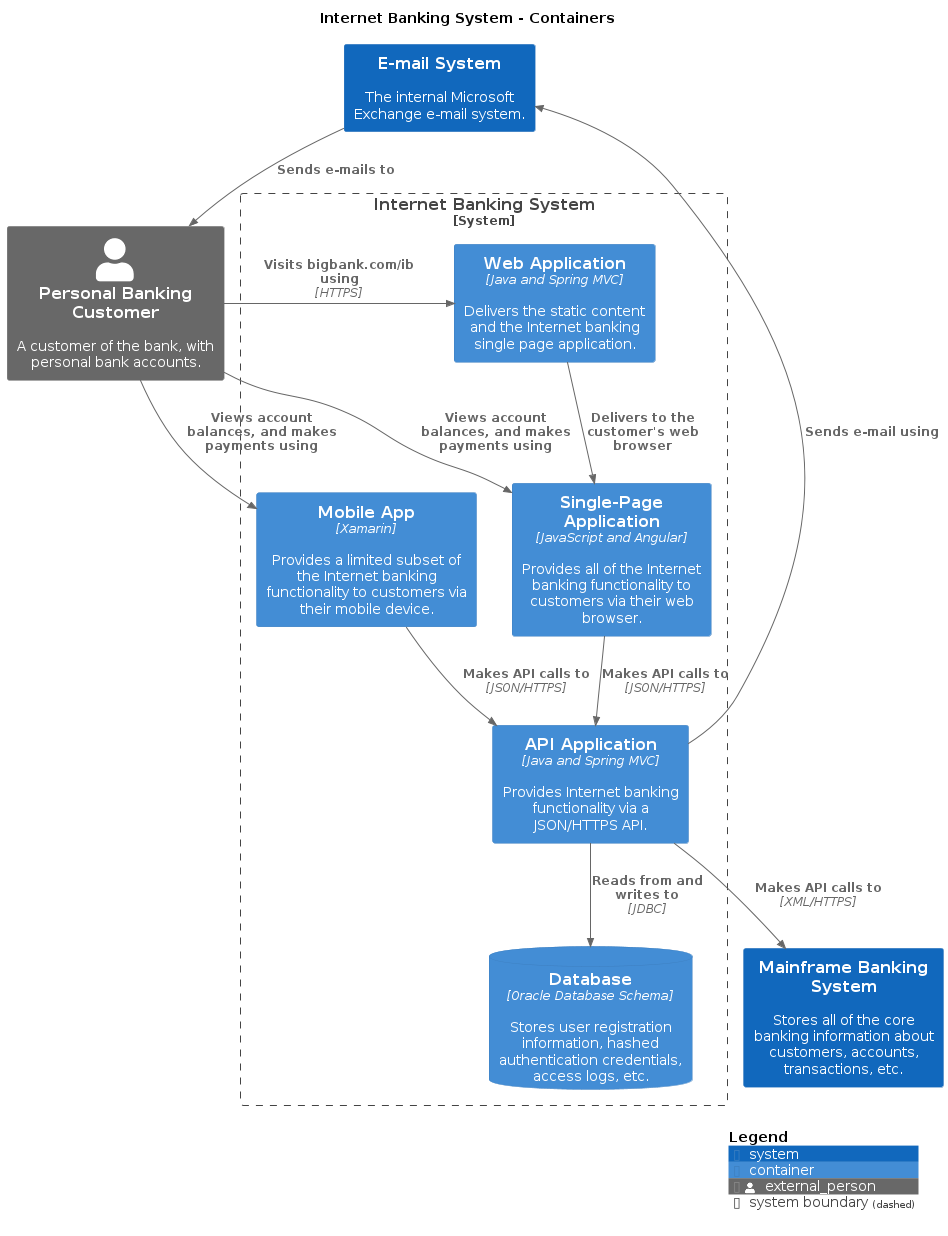
Above: main/png/Containers.png in avisi-cloud/structurizr-site-generatr (PlantUML), before the change.
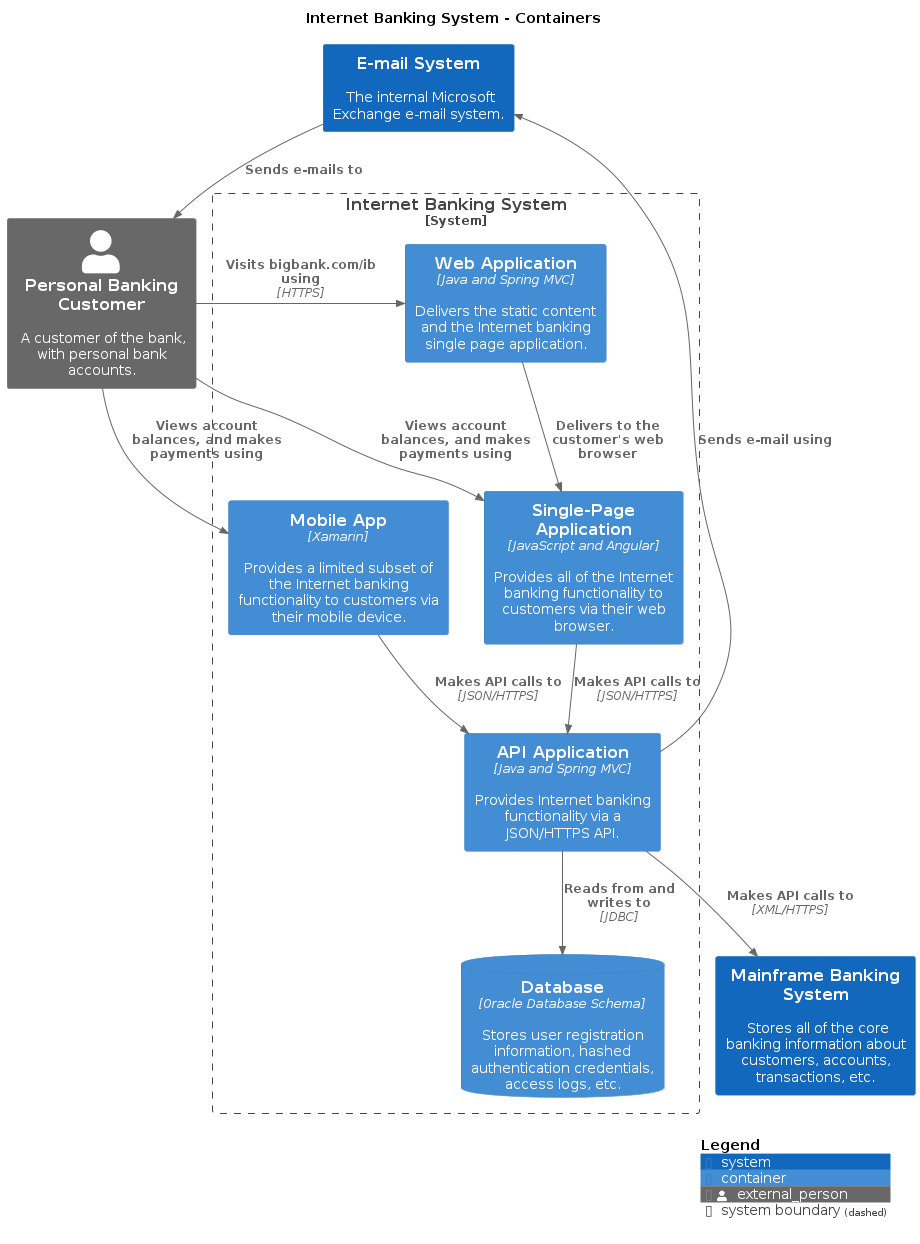
The same diagram one commit later.

What changed in the source:
```diff
@@ -4,9 +4,9 @@
 
 top to bottom direction
 
-!include /home/runner/work/structurizr-site-generatr/structurizr-site-generatr/build/puml-cache/C4.puml
-!include /home/runner/work/structurizr-site-generatr/structurizr-site-generatr/build/puml-cache/C4_Context.puml
-!include /home/runner/work/structurizr-site-generatr/structurizr-site-generatr/build/puml-cache/C4_Container.puml
+!include <C4/C4>
+!include <C4/C4_Context>
+!include <C4/C4_Container>
 
 Person_Ext(PersonalBankingCustomer, "Personal Banking Customer", "A customer of the bank, with personal bank accounts.", $tags="")
 System(MainframeBankingSystem, "Mainframe Banking System", "Stores all of the core banking information about customers, accounts, transactions, etc.", $tags="")
```
